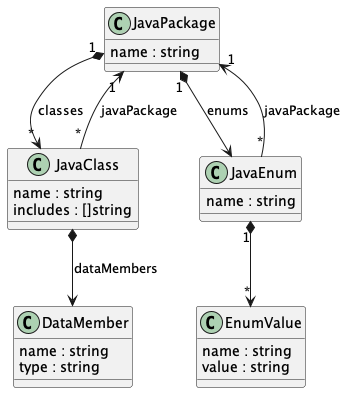
techcobweb/openapi2beans keeps this PlantUML diagram as uml/java-class.png. Above is the earlier version. Its diagram source:
```plantuml
@startuml "java-class"

class JavaPackage {
    {field} name : string
}

class JavaClass {
    {field} name : string
    {field} includes : []string
}

JavaClass "*" --> "1" JavaPackage : javaPackage
JavaPackage "1" *--> "*" JavaClass : classes

class DataMember {
    {field} name : string
    {field} type : string
}

JavaClass *--> DataMember : dataMembers

class JavaEnum {
    {field} name : string
}

class EnumValue {
    {field} name : string
    {field} value : string
}

JavaEnum "1" *--> "*" EnumValue
JavaPackage "1" *--> JavaEnum : enums
JavaEnum "*" --> "1" JavaPackage : javaPackage


@enduml
```
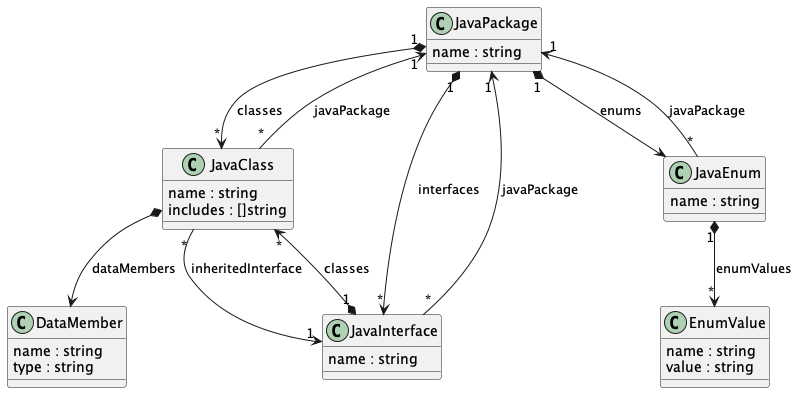
The same diagram one commit later.

Commit message:
edited schema-types uml with methods & got v1 almost working

The edit, as a diff of the source:
```diff
@@ -28,9 +28,17 @@
     {field} value : string
 }
 
-JavaEnum "1" *--> "*" EnumValue
+JavaEnum "1" *--> "*" EnumValue : enumValues
 JavaPackage "1" *--> JavaEnum : enums
 JavaEnum "*" --> "1" JavaPackage : javaPackage
 
+class JavaInterface {
+    {field} name : string
+}
+
+JavaInterface "*" --> "1" JavaPackage : javaPackage
+JavaPackage "1" *--> "*" JavaInterface : interfaces
+JavaClass "*" --> "1" JavaInterface : inheritedInterface
+JavaInterface "1" *--> "*" JavaClass : classes
 
 @enduml
```
